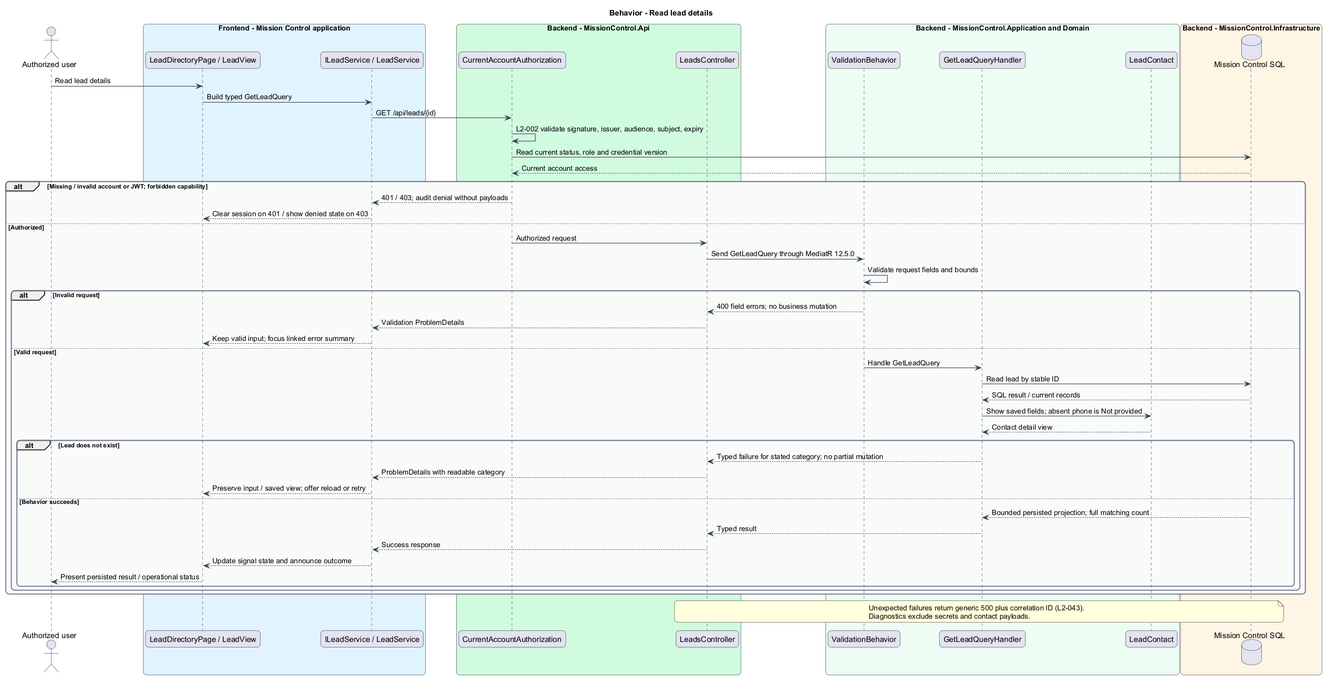
Before: docs/detailed-designs/leads/find-contacts/diagrams/sequence-read.png, a diagram exported from PlantUML (QuinntyneBrown/mission-control).
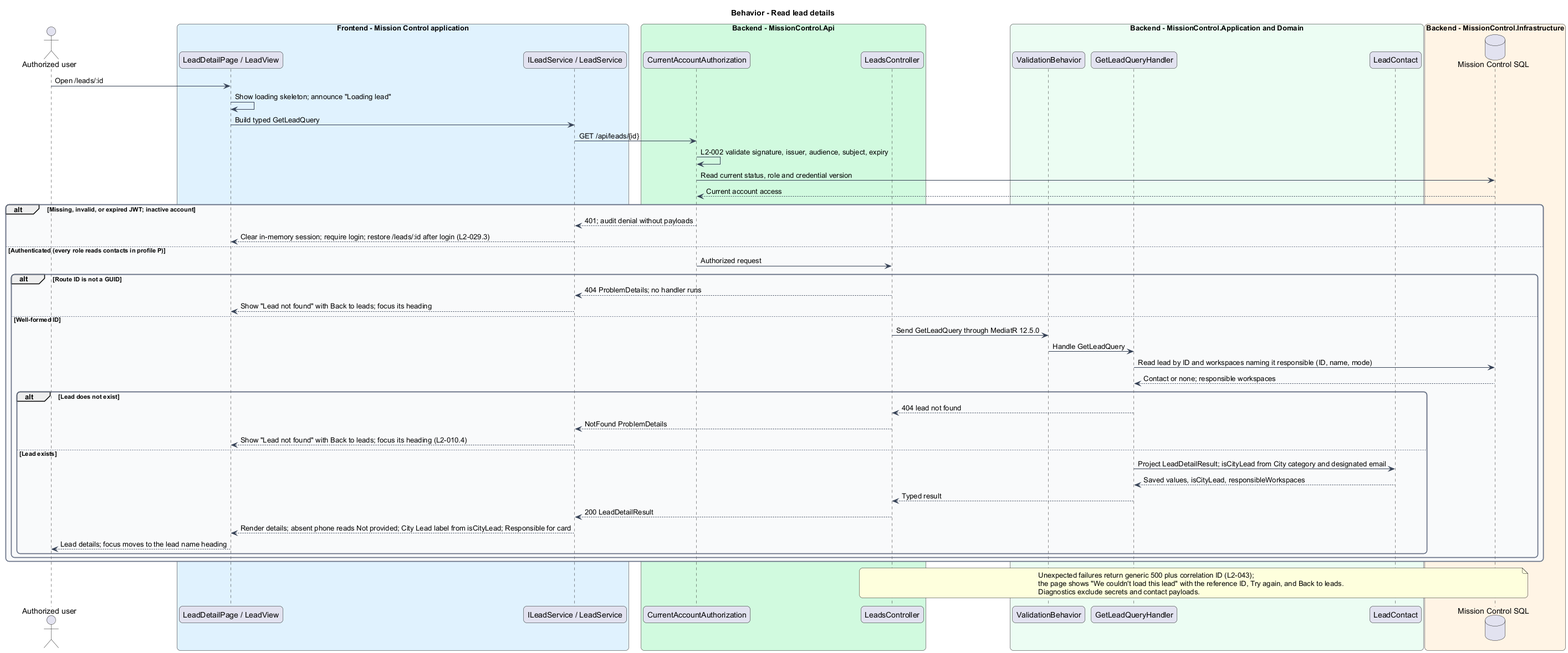
The same file after the commit.

Diff of the diagram source:
```diff
@@ -16,7 +16,7 @@
 title Behavior - Read lead details
 actor "Authorized user" as actor
 box "Frontend - Mission Control application" #E0F2FE
-  participant "LeadDirectoryPage / LeadView" as page
+  participant "LeadDetailPage / LeadView" as page
   participant "ILeadService / LeadService" as client
 end box
 box "Backend - MissionControl.Api" #D1FADF
@@ -31,44 +31,43 @@
 box "Backend - MissionControl.Infrastructure" #FFF4E5
   database "Mission Control SQL" as db
 end box
-actor -> page : Read lead details
+actor -> page : Open /leads/:id
+page -> page : Show loading skeleton; announce "Loading lead"
 page -> client : Build typed GetLeadQuery
 client -> access : GET /api/leads/{id}
 access -> access : L2-002 validate signature, issuer, audience, subject, expiry
 access -> db : Read current status, role and credential version
 db --> access : Current account access
-alt Missing / invalid account or JWT; forbidden capability
-  access --> client : 401 / 403; audit denial without payloads
-  client --> page : Clear session on 401 / show denied state on 403
-else Authorized
+alt Missing, invalid, or expired JWT; inactive account
+  access --> client : 401; audit denial without payloads
+  client --> page : Clear in-memory session; require login; restore /leads/:id after login (L2-029.3)
+else Authenticated (every role reads contacts in profile P)
   access -> ctrl : Authorized request
-ctrl -> validation : Send GetLeadQuery through MediatR 12.5.0
-validation -> validation : Validate request fields and bounds
-alt Invalid request
-  validation --> ctrl : 400 field errors; no business mutation
-  ctrl --> client : Validation ProblemDetails
-  client --> page : Keep valid input; focus linked error summary
-else Valid request
+alt Route ID is not a GUID
+  ctrl --> client : 404 ProblemDetails; no handler runs
+  client --> page : Show "Lead not found" with Back to leads; focus its heading
+else Well-formed ID
+  ctrl -> validation : Send GetLeadQuery through MediatR 12.5.0
   validation -> handler : Handle GetLeadQuery
-  handler -> db : Read lead by stable ID
-  db --> handler : SQL result / current records
-  handler -> entity : Show saved fields; absent phone is Not provided
-  entity --> handler : Contact detail view
+  handler -> db : Read lead by ID and workspaces naming it responsible (ID, name, mode)
+  db --> handler : Contact or none; responsible workspaces
   alt Lead does not exist
-    handler --> ctrl : Typed failure for stated category; no partial mutation
-    ctrl --> client : ProblemDetails with readable category
-    client --> page : Preserve input / saved view; offer reload or retry
-  else Behavior succeeds
-    db --> handler : Bounded persisted projection; full matching count
+    handler --> ctrl : 404 lead not found
+    ctrl --> client : NotFound ProblemDetails
+    client --> page : Show "Lead not found" with Back to leads; focus its heading (L2-010.4)
+  else Lead exists
+    handler -> entity : Project LeadDetailResult; isCityLead from City category and designated email
+    entity --> handler : Saved values, isCityLead, responsibleWorkspaces
     handler --> ctrl : Typed result
-    ctrl --> client : Success response
-    client --> page : Update signal state and announce outcome
-    page --> actor : Present persisted result / operational status
+    ctrl --> client : 200 LeadDetailResult
+    client --> page : Render details; absent phone reads Not provided; City Lead label from isCityLead; Responsible for card
+    page --> actor : Lead details; focus moves to the lead name heading
   end
 end
 end
 note over ctrl, db
-Unexpected failures return generic 500 plus correlation ID (L2-043).
+Unexpected failures return generic 500 plus correlation ID (L2-043);
+the page shows "We couldn't load this lead" with the reference ID, Try again, and Back to leads.
 Diagnostics exclude secrets and contact payloads.
 end note
 @enduml
```
